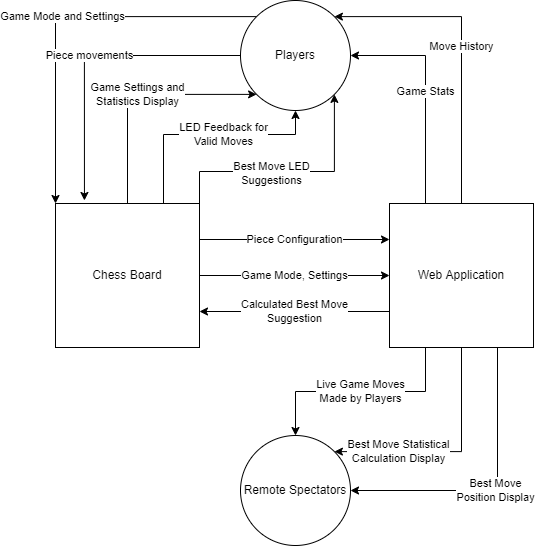
Earlier version of the draw.io export docs/SRS/images/chess-connect-system-context.png (JonCels/chess-connect). Source tidied: cells renumbered, new cells last; positions are measured from the earlier drawing's top-left corner, leaving out a move shared by most shapes. Source of this version:
```xml
<mxGraphModel>
  <root>
    <mxCell id="0" />
    <mxCell id="1" parent="0" />
    <mxCell id="2" value="Piece Configuration" style="edgeStyle=orthogonalEdgeStyle;rounded=0;jettySize=auto;html=1;exitX=1;exitY=0.25;exitDx=0;exitDy=0;entryX=0;entryY=0.25;entryDx=0;entryDy=0;startArrow=none;startFill=0;" parent="1" edge="1" source="7" target="14">
      <mxGeometry relative="1" as="geometry" />
    </mxCell>
    <mxCell id="3" value="Game Mode, Settings" style="edgeStyle=orthogonalEdgeStyle;rounded=0;jettySize=auto;html=1;exitX=1;exitY=0.5;exitDx=0;exitDy=0;entryX=0;entryY=0.5;entryDx=0;entryDy=0;startArrow=none;startFill=0;" parent="1" edge="1" source="7" target="14">
      <mxGeometry relative="1" as="geometry" />
    </mxCell>
    <mxCell id="4" value="Game Settings and&lt;br&gt;Statistics Display" style="edgeStyle=orthogonalEdgeStyle;rounded=0;jettySize=auto;html=1;exitX=0.5;exitY=0;exitDx=0;exitDy=0;entryX=0;entryY=1;entryDx=0;entryDy=0;startArrow=none;startFill=0;" parent="1" edge="1" source="7" target="17">
      <mxGeometry relative="1" as="geometry">
        <Array as="points">
          <mxPoint x="72" y="94" />
        </Array>
      </mxGeometry>
    </mxCell>
    <mxCell id="5" value="LED Feedback for&lt;br&gt;Valid Moves" style="edgeStyle=orthogonalEdgeStyle;rounded=0;jettySize=auto;html=1;exitX=0.75;exitY=0;exitDx=0;exitDy=0;entryX=0.5;entryY=1;entryDx=0;entryDy=0;startArrow=none;startFill=0;" parent="1" edge="1" source="7" target="17">
      <mxGeometry x="0.14" relative="1" as="geometry">
        <Array as="points">
          <mxPoint x="108" y="134" />
          <mxPoint x="240" y="134" />
        </Array>
        <mxPoint x="1" as="offset" />
      </mxGeometry>
    </mxCell>
    <mxCell id="6" value="Best Move LED&lt;br&gt;Suggestions" style="edgeStyle=orthogonalEdgeStyle;rounded=0;jettySize=auto;html=1;exitX=1;exitY=0;exitDx=0;exitDy=0;entryX=1;entryY=1;entryDx=0;entryDy=0;startArrow=none;startFill=0;" parent="1" edge="1" source="7" target="17">
      <mxGeometry x="-0.15" y="-2" relative="1" as="geometry">
        <Array as="points">
          <mxPoint x="144" y="171" />
          <mxPoint x="279" y="171" />
        </Array>
      </mxGeometry>
    </mxCell>
    <mxCell id="7" value="Chess Board" style="whiteSpace=wrap;html=1;" parent="1" vertex="1">
      <mxGeometry y="203" width="144" height="144" as="geometry" />
    </mxCell>
    <mxCell id="8" value="Game Stats" style="edgeStyle=orthogonalEdgeStyle;rounded=0;jettySize=auto;html=1;exitX=0.25;exitY=0;exitDx=0;exitDy=0;entryX=1;entryY=0.5;entryDx=0;entryDy=0;" parent="1" edge="1" source="14" target="17">
      <mxGeometry relative="1" as="geometry" />
    </mxCell>
    <mxCell id="9" value="Move History" style="edgeStyle=orthogonalEdgeStyle;rounded=0;jettySize=auto;html=1;exitX=0.5;exitY=0;exitDx=0;exitDy=0;entryX=1;entryY=0;entryDx=0;entryDy=0;" parent="1" edge="1" source="14" target="17">
      <mxGeometry relative="1" as="geometry">
        <Array as="points">
          <mxPoint x="406" y="16" />
        </Array>
      </mxGeometry>
    </mxCell>
    <mxCell id="10" value="Calculated Best Move&lt;br&gt;Suggestion" style="edgeStyle=orthogonalEdgeStyle;rounded=0;jettySize=auto;html=1;exitX=0;exitY=0.75;exitDx=0;exitDy=0;entryX=1;entryY=0.75;entryDx=0;entryDy=0;startArrow=none;startFill=0;" parent="1" edge="1" source="14" target="7">
      <mxGeometry relative="1" as="geometry" />
    </mxCell>
    <mxCell id="11" value="Live Game Moves&lt;br&gt;Made by Players" style="edgeStyle=orthogonalEdgeStyle;rounded=0;jettySize=auto;html=1;exitX=0.25;exitY=1;exitDx=0;exitDy=0;entryX=0.5;entryY=0;entryDx=0;entryDy=0;startArrow=none;startFill=0;" parent="1" edge="1" source="14" target="18">
      <mxGeometry relative="1" as="geometry" />
    </mxCell>
    <mxCell id="12" value="Best Move Statistical&lt;br&gt;Calculation Display" style="edgeStyle=orthogonalEdgeStyle;rounded=0;jettySize=auto;html=1;exitX=0.5;exitY=1;exitDx=0;exitDy=0;entryX=1;entryY=0;entryDx=0;entryDy=0;startArrow=none;startFill=0;" parent="1" edge="1" source="14" target="18">
      <mxGeometry x="0.45" relative="1" as="geometry">
        <Array as="points">
          <mxPoint x="406" y="451" />
        </Array>
      </mxGeometry>
    </mxCell>
    <mxCell id="13" value="Best Move&lt;br&gt;Position Display" style="edgeStyle=orthogonalEdgeStyle;rounded=0;jettySize=auto;html=1;exitX=0.75;exitY=1;exitDx=0;exitDy=0;entryX=1;entryY=0.5;entryDx=0;entryDy=0;startArrow=none;startFill=0;" parent="1" edge="1" source="14" target="18">
      <mxGeometry relative="1" as="geometry" />
    </mxCell>
    <mxCell id="14" value="Web Application" style="whiteSpace=wrap;html=1;" parent="1" vertex="1">
      <mxGeometry x="334" y="203" width="144" height="144" as="geometry" />
    </mxCell>
    <mxCell id="15" value="Game Mode and Settings" style="edgeStyle=orthogonalEdgeStyle;rounded=0;jettySize=auto;html=1;exitX=0;exitY=0;exitDx=0;exitDy=0;entryX=0;entryY=0;entryDx=0;entryDy=0;startArrow=none;startFill=0;" parent="1" edge="1" source="17" target="7">
      <mxGeometry relative="1" as="geometry" />
    </mxCell>
    <mxCell id="16" value="Piece movements" style="edgeStyle=orthogonalEdgeStyle;rounded=0;jettySize=auto;html=1;exitX=0;exitY=0.5;exitDx=0;exitDy=0;entryX=0.201;entryY=-0.021;entryDx=0;entryDy=0;entryPerimeter=0;startArrow=none;startFill=0;" parent="1" edge="1" source="17" target="7">
      <mxGeometry relative="1" as="geometry" />
    </mxCell>
    <mxCell id="17" value="Players" style="ellipse;whiteSpace=wrap;html=1;" parent="1" vertex="1">
      <mxGeometry x="185" width="110" height="110" as="geometry" />
    </mxCell>
    <mxCell id="18" value="Remote Spectators" style="ellipse;whiteSpace=wrap;html=1;" parent="1" vertex="1">
      <mxGeometry x="185" y="435" width="110" height="110" as="geometry" />
    </mxCell>
  </root>
</mxGraphModel>
```
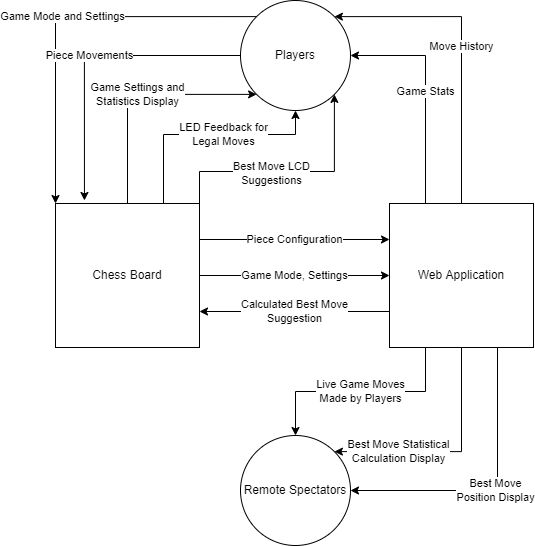
Above is the later version.

Diff of the diagram source:
```diff
@@ -15,7 +15,7 @@
         </Array>
       </mxGeometry>
     </mxCell>
-    <mxCell id="5" value="LED Feedback for&lt;br&gt;Valid Moves" style="edgeStyle=orthogonalEdgeStyle;rounded=0;jettySize=auto;html=1;exitX=0.75;exitY=0;exitDx=0;exitDy=0;entryX=0.5;entryY=1;entryDx=0;entryDy=0;startArrow=none;startFill=0;" parent="1" edge="1" source="7" target="17">
+    <mxCell id="5" value="LED Feedback for&lt;br&gt;Legal Moves" style="edgeStyle=orthogonalEdgeStyle;rounded=0;jettySize=auto;html=1;exitX=0.75;exitY=0;exitDx=0;exitDy=0;entryX=0.5;entryY=1;entryDx=0;entryDy=0;startArrow=none;startFill=0;" parent="1" edge="1" source="7" target="17">
       <mxGeometry x="0.14" relative="1" as="geometry">
         <Array as="points">
           <mxPoint x="108" y="134" />
@@ -24,7 +24,7 @@
         <mxPoint x="1" as="offset" />
       </mxGeometry>
     </mxCell>
-    <mxCell id="6" value="Best Move LED&lt;br&gt;Suggestions" style="edgeStyle=orthogonalEdgeStyle;rounded=0;jettySize=auto;html=1;exitX=1;exitY=0;exitDx=0;exitDy=0;entryX=1;entryY=1;entryDx=0;entryDy=0;startArrow=none;startFill=0;" parent="1" edge="1" source="7" target="17">
+    <mxCell id="6" value="Best Move LCD&lt;br&gt;Suggestions" style="edgeStyle=orthogonalEdgeStyle;rounded=0;jettySize=auto;html=1;exitX=1;exitY=0;exitDx=0;exitDy=0;entryX=1;entryY=1;entryDx=0;entryDy=0;startArrow=none;startFill=0;" parent="1" edge="1" source="7" target="17">
       <mxGeometry x="-0.15" y="-2" relative="1" as="geometry">
         <Array as="points">
           <mxPoint x="144" y="171" />
@@ -67,7 +67,7 @@
     <mxCell id="15" value="Game Mode and Settings" style="edgeStyle=orthogonalEdgeStyle;rounded=0;jettySize=auto;html=1;exitX=0;exitY=0;exitDx=0;exitDy=0;entryX=0;entryY=0;entryDx=0;entryDy=0;startArrow=none;startFill=0;" parent="1" edge="1" source="17" target="7">
       <mxGeometry relative="1" as="geometry" />
     </mxCell>
-    <mxCell id="16" value="Piece movements" style="edgeStyle=orthogonalEdgeStyle;rounded=0;jettySize=auto;html=1;exitX=0;exitY=0.5;exitDx=0;exitDy=0;entryX=0.201;entryY=-0.021;entryDx=0;entryDy=0;entryPerimeter=0;startArrow=none;startFill=0;" parent="1" edge="1" source="17" target="7">
+    <mxCell id="16" value="Piece Movements" style="edgeStyle=orthogonalEdgeStyle;rounded=0;jettySize=auto;html=1;exitX=0;exitY=0.5;exitDx=0;exitDy=0;entryX=0.201;entryY=-0.021;entryDx=0;entryDy=0;entryPerimeter=0;startArrow=none;startFill=0;" parent="1" edge="1" source="17" target="7">
       <mxGeometry relative="1" as="geometry" />
     </mxCell>
     <mxCell id="17" value="Players" style="ellipse;whiteSpace=wrap;html=1;" parent="1" vertex="1">
```
